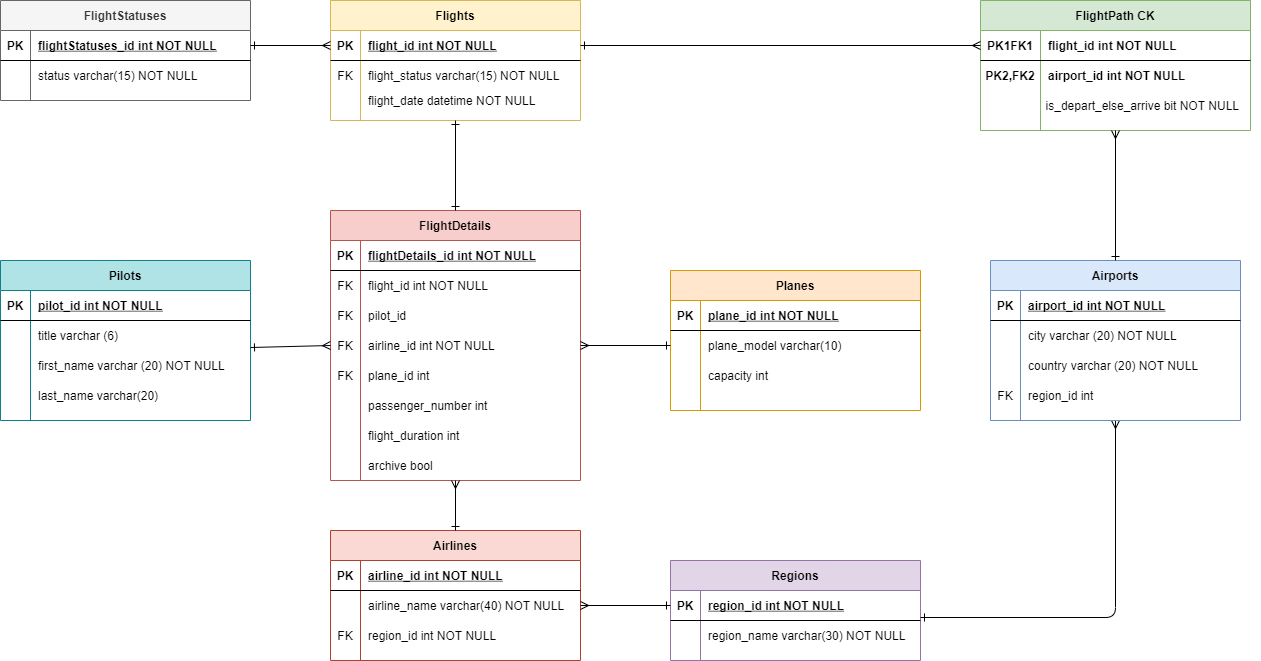
Earlier version of the draw.io export Images/ERD.png (tak-li98/SpartaFlightManager). Source tidied: cells renumbered, new cells last; positions are measured from the earlier drawing's top-left corner, leaving out a move shared by most shapes.
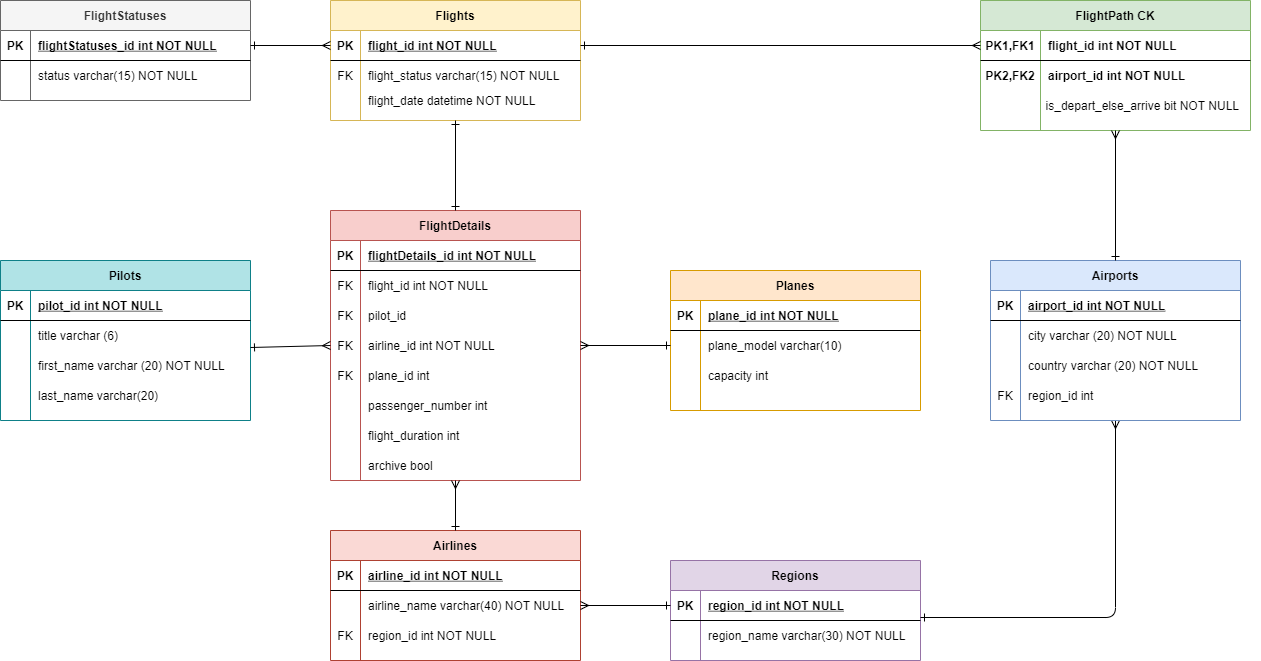
After the commit.

The edit, as a diff of the source:
```diff
@@ -324,7 +324,7 @@
     <mxCell id="106" style="shape=partialRectangle;fillColor=none;points=[[0,0.5],[1,0.5]];portConstraint=eastwest;top=0;left=0;right=0;bottom=1;" parent="105" vertex="1">
       <mxGeometry y="30" width="270" height="30" as="geometry" />
     </mxCell>
-    <mxCell id="107" value="PK1FK1" style="shape=partialRectangle;overflow=hidden;fillColor=none;top=0;left=0;bottom=0;right=0;fontStyle=1;" parent="106" vertex="1">
+    <mxCell id="107" value="PK1,FK1" style="shape=partialRectangle;overflow=hidden;fillColor=none;top=0;left=0;bottom=0;right=0;fontStyle=1;" parent="106" vertex="1">
       <mxGeometry width="60" height="30" as="geometry" />
     </mxCell>
     <mxCell id="108" value="flight_id int NOT NULL" style="shape=partialRectangle;overflow=hidden;fillColor=none;top=0;left=0;bottom=0;right=0;align=left;spacingLeft=6;fontStyle=1;" parent="106" vertex="1">
```
